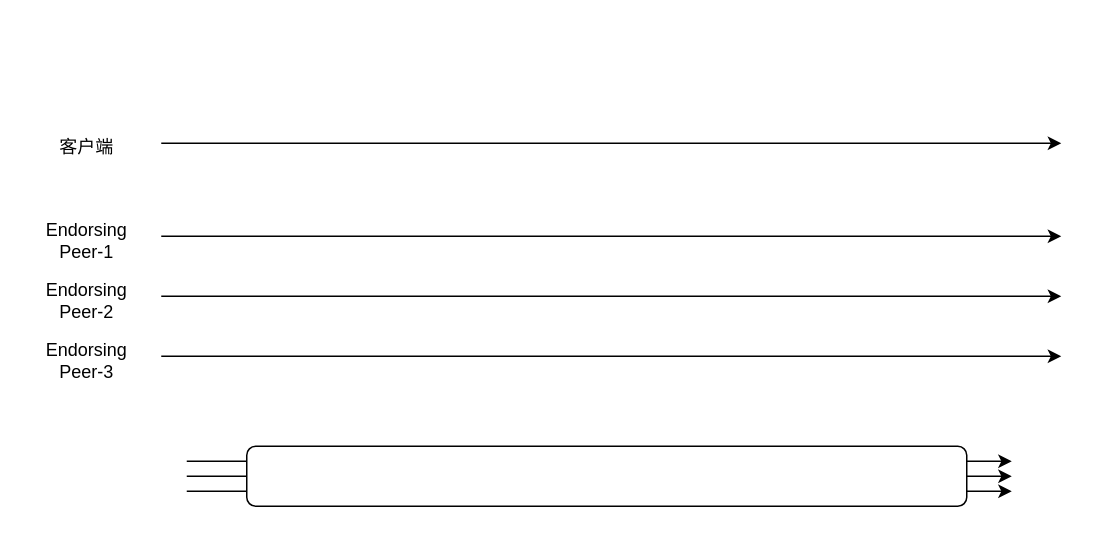
The draw.io diagram Raft共识.drawio in Mr-doublehappines/httpServer, before the edit. Source tidied: cells renumbered, new cells numbered last; positions are measured from the earlier drawing's top-left corner, leaving out a move shared by most shapes. Both pictures are drawn from the tidied source at 150%, with x=0, y=0 at pixel (26, 124).
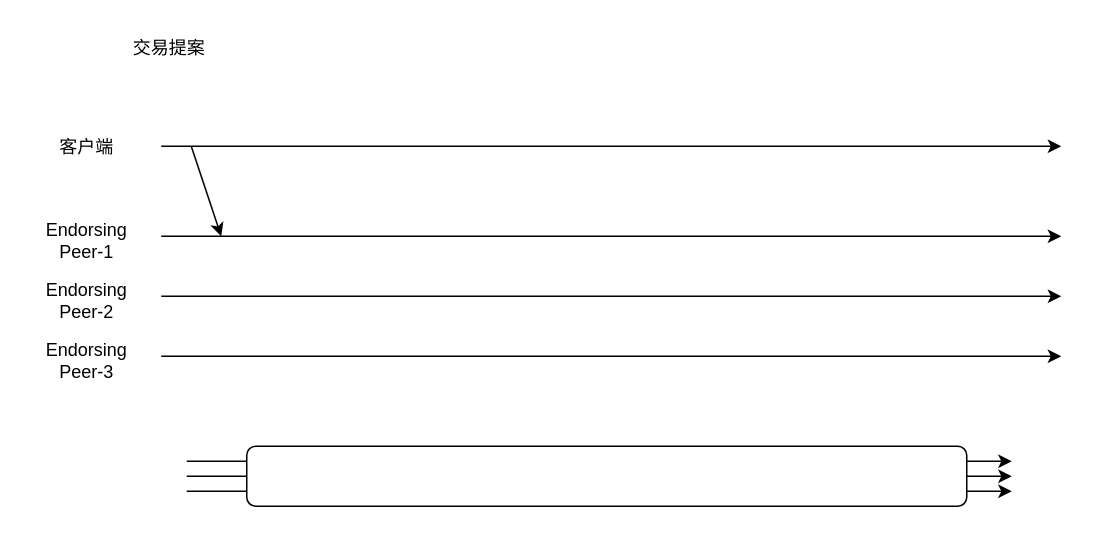
Above is the later version.

Diff of the diagram source:
```diff
@@
     <mxCell id="2" style="endArrow=classic;html=1;rounded=0;" parent="1" edge="1">
       <mxGeometry relative="1" as="geometry">
-        <mxPoint x="90" y="12" as="sourcePoint" />
-        <mxPoint x="690" y="12" as="targetPoint" />
+        <mxPoint x="90" y="14" as="sourcePoint" />
+        <mxPoint x="690" y="14" as="targetPoint" />
       </mxGeometry>
     </mxCell>
@@
+    <mxCell id="14" value="交易提案" style="text;html=1;align=center;verticalAlign=middle;strokeColor=none;fillColor=none;" parent="1" vertex="1">
+      <mxGeometry x="60" y="-66" width="70" height="30" as="geometry" />
+    </mxCell>
+    <mxCell id="15" style="endArrow=classic;html=1;rounded=0;" parent="1" edge="1">
+      <mxGeometry relative="1" as="geometry">
+        <mxPoint x="110" y="14" as="sourcePoint" />
+        <mxPoint x="130" y="74" as="targetPoint" />
+      </mxGeometry>
+    </mxCell>
```
